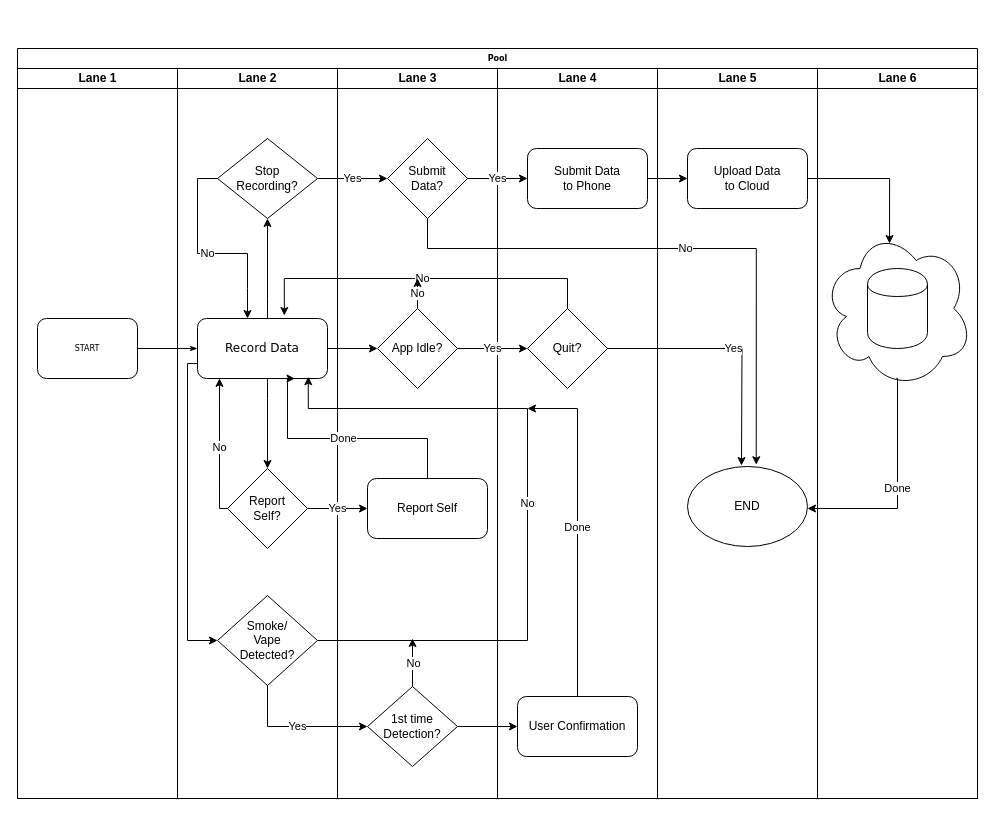
Earlier version of the draw.io diagram Untitled Diagram.drawio (chrisogonas/uploadFiles). Source tidied: cells renumbered, new cells numbered last; positions are measured from the earlier drawing's top-left corner, leaving out a move shared by most shapes. Both pictures are drawn from the tidied source at 100%, with x=0, y=0 at pixel (17, 48).
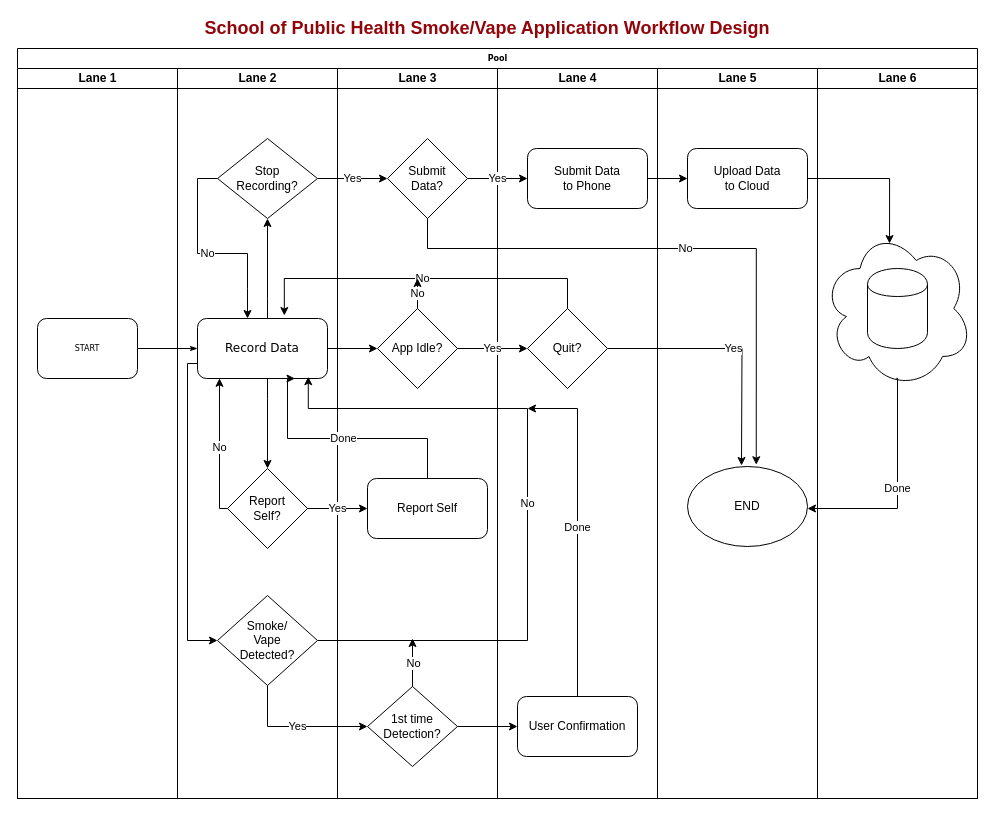
The same page after the edit.

Commit message:
School of Public Health Smoke/Vape Application Workflow Diagram.drawio

Change to the diagram source:
```diff
@@
+    <mxCell id="57" value="&lt;b&gt;&lt;font style=&quot;font-size: 18px&quot; color=&quot;#91060b&quot;&gt;School of Public Health Smoke/Vape Application Workflow Design&lt;/font&gt;&lt;/b&gt;" style="text;html=1;strokeColor=none;fillColor=none;align=center;verticalAlign=middle;whiteSpace=wrap;rounded=0;" parent="1" vertex="1">
+      <mxGeometry x="10" y="-30" width="920" height="20" as="geometry" />
+    </mxCell>
```
